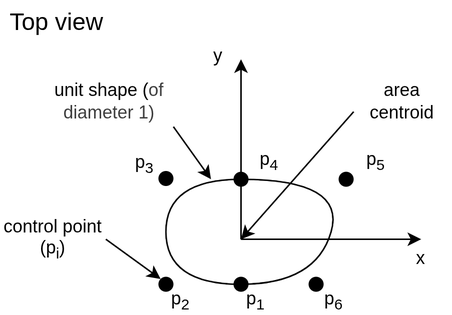
Above: images/diagrams/definition.drawio.png in ues-if/specification (draw.io), before the change. Source tidied: cells renumbered, new cells last; positions are measured from the earlier drawing's top-left corner, leaving out a move shared by most shapes.
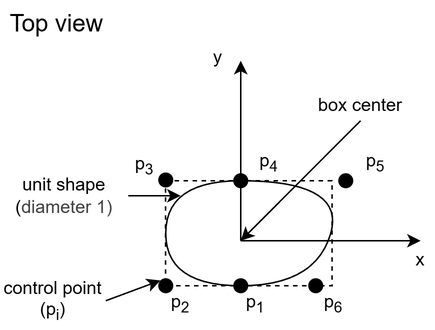
After the commit.

The edit, as a diff of the source:
```diff
@@ -38,21 +38,19 @@
     <mxCell id="11" value="Top view" style="text;html=1;align=center;verticalAlign=middle;whiteSpace=wrap;rounded=0;fontSize=16;" parent="1" vertex="1">
       <mxGeometry width="75" height="30" as="geometry" />
     </mxCell>
-    <mxCell id="12" value="&lt;font style=&quot;color: rgb(0, 0, 0);&quot;&gt;unit shape (&lt;span style=&quot;background-color: transparent; color: rgb(63, 63, 63);&quot;&gt;of diameter 1)&lt;/span&gt;&lt;/font&gt;" style="text;html=1;align=center;verticalAlign=middle;rounded=0;whiteSpace=wrap;" parent="1" vertex="1">
-      <mxGeometry x="30" y="50" width="85" height="35" as="geometry" />
+    <mxCell id="12" value="&lt;font style=&quot;color: rgb(0, 0, 0);&quot;&gt;unit shape (&lt;span style=&quot;background-color: transparent; color: rgb(63, 63, 63);&quot;&gt;diameter 1)&lt;/span&gt;&lt;/font&gt;" style="text;html=1;align=center;verticalAlign=middle;rounded=0;whiteSpace=wrap;" parent="1" vertex="1">
+      <mxGeometry y="112.5" width="85" height="35" as="geometry" />
     </mxCell>
-    <mxCell id="13" style="endArrow=classic;html=1;exitX=1;exitY=1;exitDx=0;exitDy=0;" parent="1" edge="1" source="12">
-      <mxGeometry relative="1" as="geometry">
-        <mxPoint x="140" y="120" as="targetPoint" />
-      </mxGeometry>
+    <mxCell id="13" style="endArrow=classic;html=1;exitX=1;exitY=0.5;exitDx=0;exitDy=0;entryX=0.091;entryY=0.143;entryDx=0;entryDy=0;entryPerimeter=0;" parent="1" edge="1" source="12" target="28">
+      <mxGeometry relative="1" as="geometry" />
     </mxCell>
     <mxCell id="14" value="control point (p&lt;sub&gt;i&lt;/sub&gt;)" style="text;html=1;align=center;verticalAlign=middle;whiteSpace=wrap;rounded=0;" parent="1" vertex="1">
-      <mxGeometry y="140" width="70" height="40" as="geometry" />
+      <mxGeometry y="180" width="70" height="40" as="geometry" />
     </mxCell>
     <mxCell id="15" style="endArrow=classic;html=1;exitX=1;exitY=0.5;exitDx=0;exitDy=0;entryX=0;entryY=0;entryDx=0;entryDy=0;" parent="1" edge="1" source="14" target="5">
       <mxGeometry relative="1" as="geometry" />
     </mxCell>
-    <mxCell id="16" style="endArrow=classic;html=1;exitX=0;exitY=1;exitDx=0;exitDy=0;" parent="1" edge="1" source="21">
+    <mxCell id="16" style="endArrow=classic;html=1;exitX=0.5;exitY=1;exitDx=0;exitDy=0;" parent="1" edge="1" source="21">
       <mxGeometry relative="1" as="geometry">
         <mxPoint x="160" y="160" as="targetPoint" />
       </mxGeometry>
@@ -83,8 +81,8 @@
     <mxCell id="20" style="ellipse;whiteSpace=wrap;html=1;strokeColor=none;fillColor=#000000;" parent="1" vertex="1">
       <mxGeometry x="105" y="114.5" width="10" height="10" as="geometry" />
     </mxCell>
-    <mxCell id="21" value="area centroid" style="text;html=1;align=center;verticalAlign=middle;whiteSpace=wrap;rounded=0;" parent="1" vertex="1">
-      <mxGeometry x="235" y="60" width="65" height="15" as="geometry" />
+    <mxCell id="21" value="box center" style="text;html=1;align=center;verticalAlign=middle;whiteSpace=wrap;rounded=0;" parent="1" vertex="1">
+      <mxGeometry x="199.8" y="60" width="80.2" height="20" as="geometry" />
     </mxCell>
     <mxCell id="22" value="p&lt;sub&gt;1&lt;/sub&gt;" style="text;html=1;align=center;verticalAlign=middle;whiteSpace=wrap;rounded=0;" parent="1" vertex="1">
       <mxGeometry x="155" y="193" width="29.8" height="17" as="geometry" />
@@ -104,5 +102,8 @@
     <mxCell id="27" value="p&lt;sub&gt;6&lt;/sub&gt;" style="text;html=1;align=center;verticalAlign=middle;whiteSpace=wrap;rounded=0;" parent="1" vertex="1">
       <mxGeometry x="207.1" y="193" width="29.8" height="17" as="geometry" />
     </mxCell>
+    <mxCell id="28" style="rounded=0;whiteSpace=wrap;html=1;fillColor=none;dashed=1;rotation=0;" parent="1" vertex="1">
+      <mxGeometry x="109.9" y="120" width="111" height="70" as="geometry" />
+    </mxCell>
   </root>
 </mxGraphModel>
```
